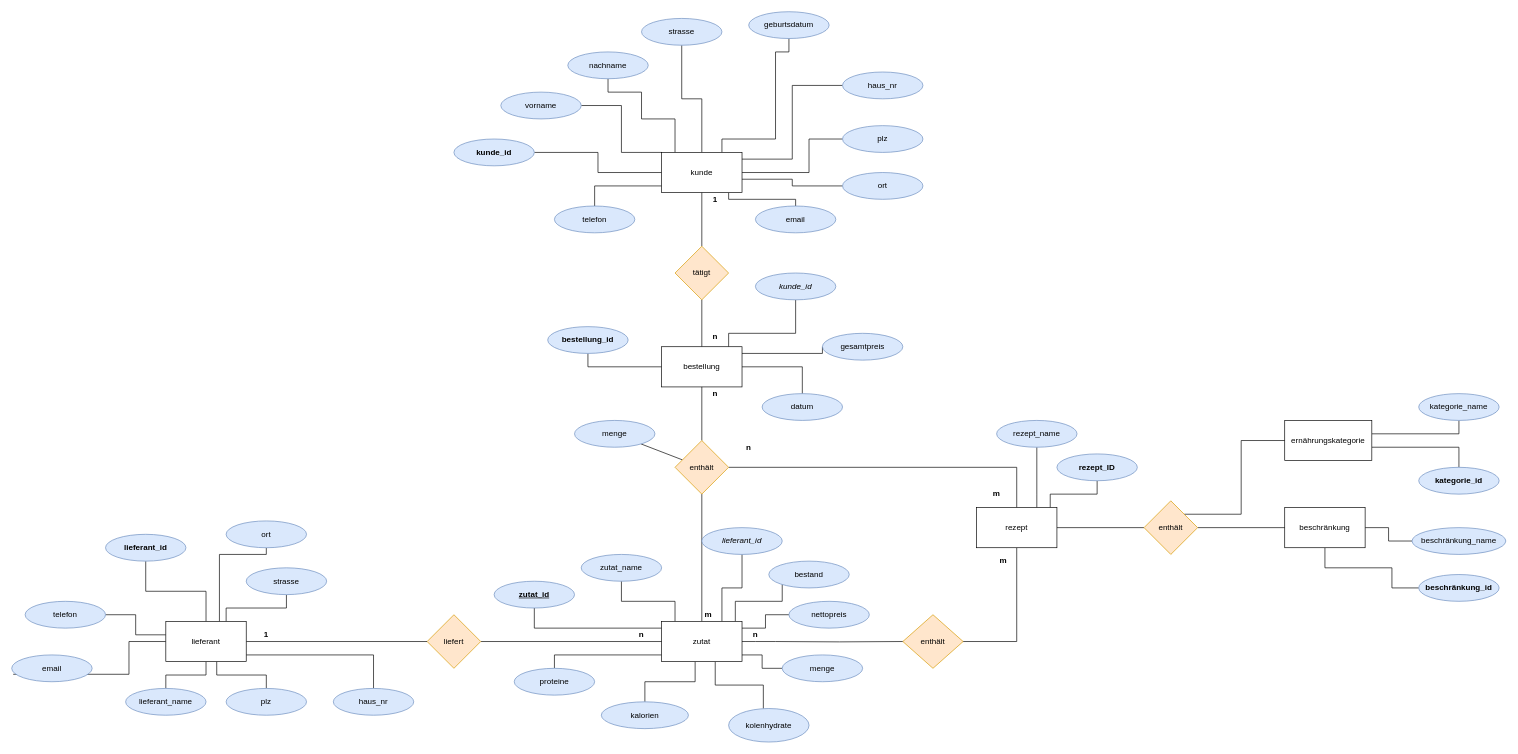
Before: database/Ist-Zustand-ERD.drawio in AlexBrightwater/Kraut_und_Rueben, a draw.io diagram. Source tidied: cells renumbered, new cells numbered last; positions are measured from the earlier drawing's top-left corner, leaving out a move shared by most shapes. Both pictures are drawn from the tidied source at 67%, with x=0, y=0 at pixel (11, 11).
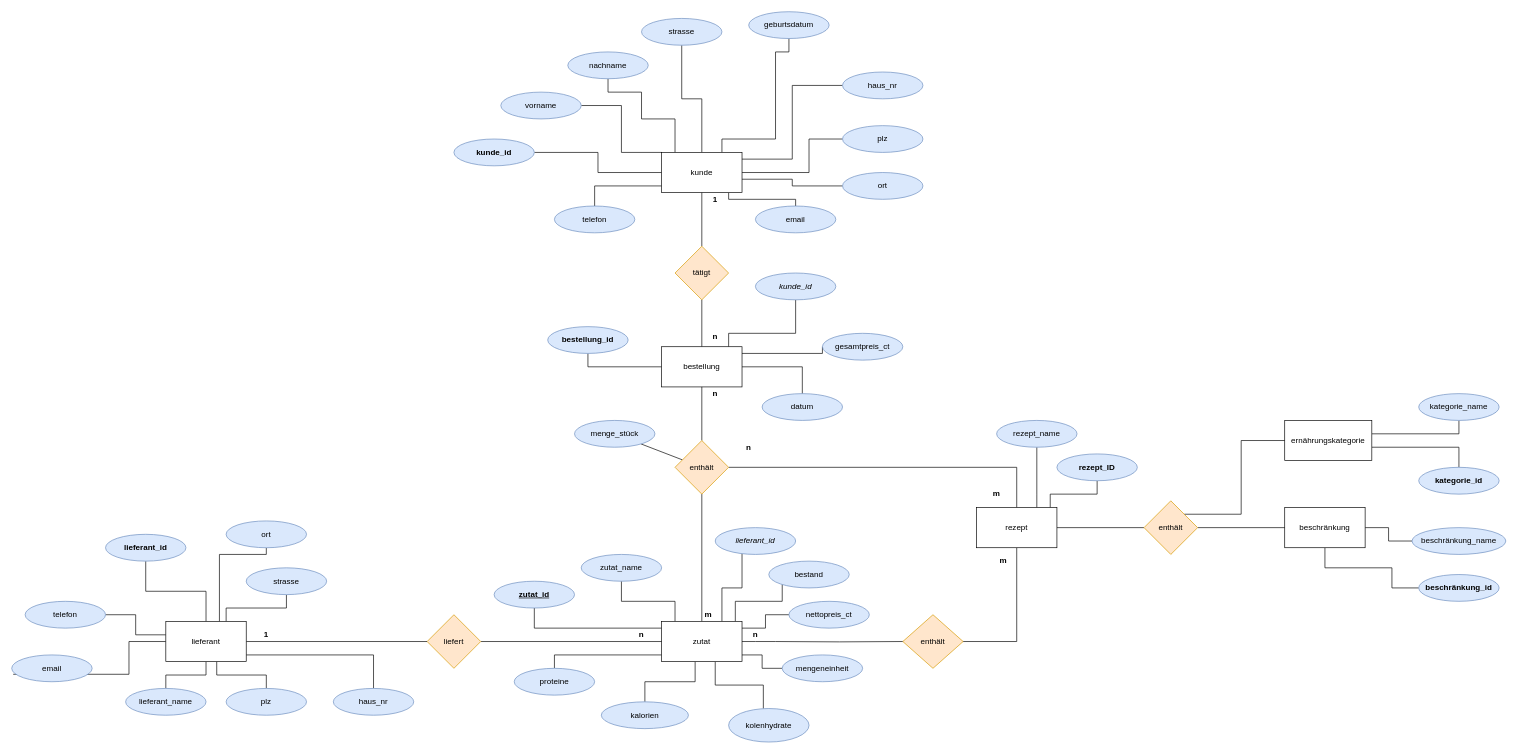
Above is the later version.

Change to the diagram source:
```diff
@@
-    <mxCell id="63" value="nettopreis" style="ellipse;whiteSpace=wrap;html=1;fillColor=#dae8fc;strokeColor=#6c8ebf;" parent="1" vertex="1">
+    <mxCell id="63" value="nettopreis_ct" style="ellipse;whiteSpace=wrap;html=1;fillColor=#dae8fc;strokeColor=#6c8ebf;" parent="1" vertex="1">
       <mxGeometry x="1160" y="880" width="120" height="40" as="geometry" />
     </mxCell>
-    <mxCell id="64" value="menge" style="ellipse;whiteSpace=wrap;html=1;fillColor=#dae8fc;strokeColor=#6c8ebf;" parent="1" vertex="1">
+    <mxCell id="64" value="mengeneinheit" style="ellipse;whiteSpace=wrap;html=1;fillColor=#dae8fc;strokeColor=#6c8ebf;" parent="1" vertex="1">
       <mxGeometry x="1150" y="960" width="120" height="40" as="geometry" />
     </mxCell>
-    <mxCell id="65" value="menge" style="ellipse;whiteSpace=wrap;html=1;fillColor=#dae8fc;strokeColor=#6c8ebf;" parent="1" vertex="1">
+    <mxCell id="65" value="menge_stück" style="ellipse;whiteSpace=wrap;html=1;fillColor=#dae8fc;strokeColor=#6c8ebf;" parent="1" vertex="1">
       <mxGeometry x="840" y="610" width="120" height="40" as="geometry" />
     </mxCell>
@@
-    <mxCell id="68" value="gesamtpreis" style="ellipse;whiteSpace=wrap;html=1;fillColor=#dae8fc;strokeColor=#6c8ebf;" parent="1" vertex="1">
+    <mxCell id="68" value="gesamtpreis_ct" style="ellipse;whiteSpace=wrap;html=1;fillColor=#dae8fc;strokeColor=#6c8ebf;" parent="1" vertex="1">
       <mxGeometry x="1210" y="480" width="120" height="40" as="geometry" />
     </mxCell>
@@
     <mxCell id="110" value="lieferant_id" style="ellipse;whiteSpace=wrap;html=1;fillColor=#dae8fc;strokeColor=#6c8ebf;fontStyle=2;" parent="1" vertex="1">
-      <mxGeometry x="1030" y="770" width="120" height="40" as="geometry" />
+      <mxGeometry x="1050" y="770" width="120" height="40" as="geometry" />
     </mxCell>
```
